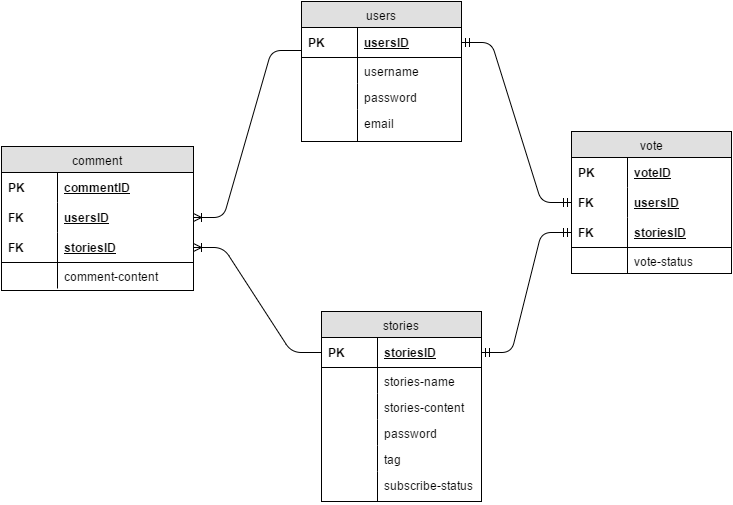
Above: forum_schema.png in blanford-fox-2016/schema-forum (draw.io), before the change. Source tidied: cells renumbered, new cells last; positions are measured from the earlier drawing's top-left corner, leaving out a move shared by most shapes. Its diagram source:
```xml
<mxGraphModel background="#ffffff">
  <root>
    <mxCell id="0" />
    <mxCell id="1" parent="0" />
    <mxCell id="2" value="users" style="swimlane;html=1;fontStyle=0;horizontal=1;startSize=26;fillColor=#e0e0e0;swimlaneFillColor=#ffffff;align=center;" parent="1" vertex="1">
      <mxGeometry x="300" width="160" height="140" as="geometry" />
    </mxCell>
    <mxCell id="3" value="usersID" style="shape=partialRectangle;top=0;left=0;right=0;bottom=1;html=1;align=left;verticalAlign=middle;fillColor=none;spacingLeft=60;spacingRight=4;whiteSpace=wrap;overflow=hidden;points=[[0,0.5],[1,0.5]];portConstraint=eastwest;fontStyle=5;" parent="2" vertex="1">
      <mxGeometry y="26" width="160" height="30" as="geometry" />
    </mxCell>
    <mxCell id="4" value="PK" style="shape=partialRectangle;fontStyle=1;top=0;left=0;bottom=0;html=1;fillColor=none;align=left;verticalAlign=middle;spacingLeft=4;spacingRight=4;whiteSpace=wrap;overflow=hidden;" parent="3" vertex="1">
      <mxGeometry width="56" height="30" as="geometry" />
    </mxCell>
    <mxCell id="5" value="username" style="shape=partialRectangle;top=0;left=0;right=0;bottom=0;html=1;align=left;verticalAlign=top;fillColor=none;spacingLeft=60;spacingRight=4;whiteSpace=wrap;overflow=hidden;" parent="2" vertex="1">
      <mxGeometry y="56" width="160" height="26" as="geometry" />
    </mxCell>
    <mxCell id="6" style="shape=partialRectangle;top=0;left=0;bottom=0;html=1;fillColor=none;align=left;verticalAlign=top;spacingLeft=4;spacingRight=4;whiteSpace=wrap;overflow=hidden;" parent="5" vertex="1">
      <mxGeometry width="56" height="26" as="geometry" />
    </mxCell>
    <mxCell id="7" value="password" style="shape=partialRectangle;top=0;left=0;right=0;bottom=0;html=1;align=left;verticalAlign=top;fillColor=none;spacingLeft=60;spacingRight=4;whiteSpace=wrap;overflow=hidden;" parent="2" vertex="1">
      <mxGeometry y="82" width="160" height="26" as="geometry" />
    </mxCell>
    <mxCell id="8" style="shape=partialRectangle;top=0;left=0;bottom=0;html=1;fillColor=none;align=left;verticalAlign=top;spacingLeft=4;spacingRight=4;whiteSpace=wrap;overflow=hidden;" parent="7" vertex="1">
      <mxGeometry width="56" height="26" as="geometry" />
    </mxCell>
    <mxCell id="9" value="email" style="shape=partialRectangle;top=0;left=0;right=0;bottom=0;html=1;align=left;verticalAlign=top;fillColor=none;spacingLeft=60;spacingRight=4;whiteSpace=wrap;overflow=hidden;" parent="2" vertex="1">
      <mxGeometry y="108" width="160" height="32" as="geometry" />
    </mxCell>
    <mxCell id="10" style="shape=partialRectangle;top=0;left=0;bottom=0;html=1;fillColor=none;align=left;verticalAlign=top;spacingLeft=4;spacingRight=4;whiteSpace=wrap;overflow=hidden;" parent="9" vertex="1">
      <mxGeometry width="56" height="32" as="geometry" />
    </mxCell>
    <mxCell id="11" value="stories" style="swimlane;html=1;fontStyle=0;horizontal=1;startSize=26;fillColor=#e0e0e0;swimlaneFillColor=#ffffff;align=center;" parent="1" vertex="1">
      <mxGeometry x="320" y="310" width="160" height="190" as="geometry" />
    </mxCell>
    <mxCell id="12" value="storiesID" style="shape=partialRectangle;top=0;left=0;right=0;bottom=1;html=1;align=left;verticalAlign=middle;fillColor=none;spacingLeft=60;spacingRight=4;whiteSpace=wrap;overflow=hidden;points=[[0,0.5],[1,0.5]];portConstraint=eastwest;fontStyle=5;" parent="11" vertex="1">
      <mxGeometry y="26" width="160" height="30" as="geometry" />
    </mxCell>
    <mxCell id="13" value="PK" style="shape=partialRectangle;fontStyle=1;top=0;left=0;bottom=0;html=1;fillColor=none;align=left;verticalAlign=middle;spacingLeft=4;spacingRight=4;whiteSpace=wrap;overflow=hidden;" parent="12" vertex="1">
      <mxGeometry width="56" height="30" as="geometry" />
    </mxCell>
    <mxCell id="14" value="stories-name" style="shape=partialRectangle;top=0;left=0;right=0;bottom=0;html=1;align=left;verticalAlign=top;fillColor=none;spacingLeft=60;spacingRight=4;whiteSpace=wrap;overflow=hidden;" parent="11" vertex="1">
      <mxGeometry y="56" width="160" height="26" as="geometry" />
    </mxCell>
    <mxCell id="15" style="shape=partialRectangle;top=0;left=0;bottom=0;html=1;fillColor=none;align=left;verticalAlign=top;spacingLeft=4;spacingRight=4;whiteSpace=wrap;overflow=hidden;" parent="14" vertex="1">
      <mxGeometry width="56" height="26" as="geometry" />
    </mxCell>
    <mxCell id="16" value="stories-content" style="shape=partialRectangle;top=0;left=0;right=0;bottom=0;html=1;align=left;verticalAlign=top;fillColor=none;spacingLeft=60;spacingRight=4;whiteSpace=wrap;overflow=hidden;" parent="11" vertex="1">
      <mxGeometry y="82" width="160" height="26" as="geometry" />
    </mxCell>
    <mxCell id="17" style="shape=partialRectangle;top=0;left=0;bottom=0;html=1;fillColor=none;align=left;verticalAlign=top;spacingLeft=4;spacingRight=4;whiteSpace=wrap;overflow=hidden;" parent="16" vertex="1">
      <mxGeometry width="56" height="26" as="geometry" />
    </mxCell>
    <mxCell id="18" value="password" style="shape=partialRectangle;top=0;left=0;right=0;bottom=0;html=1;align=left;verticalAlign=top;fillColor=none;spacingLeft=60;spacingRight=4;whiteSpace=wrap;overflow=hidden;" parent="11" vertex="1">
      <mxGeometry y="108" width="160" height="26" as="geometry" />
    </mxCell>
    <mxCell id="19" style="shape=partialRectangle;top=0;left=0;bottom=0;html=1;fillColor=none;align=left;verticalAlign=top;spacingLeft=4;spacingRight=4;whiteSpace=wrap;overflow=hidden;" parent="18" vertex="1">
      <mxGeometry width="56" height="26" as="geometry" />
    </mxCell>
    <mxCell id="20" value="tag" style="shape=partialRectangle;top=0;left=0;right=0;bottom=0;html=1;align=left;verticalAlign=top;fillColor=none;spacingLeft=60;spacingRight=4;whiteSpace=wrap;overflow=hidden;" parent="11" vertex="1">
      <mxGeometry y="134" width="160" height="26" as="geometry" />
    </mxCell>
    <mxCell id="21" style="shape=partialRectangle;top=0;left=0;bottom=0;html=1;fillColor=none;align=left;verticalAlign=top;spacingLeft=4;spacingRight=4;whiteSpace=wrap;overflow=hidden;" parent="20" vertex="1">
      <mxGeometry width="56" height="26" as="geometry" />
    </mxCell>
    <mxCell id="22" value="subscribe-status" style="shape=partialRectangle;top=0;left=0;right=0;bottom=0;html=1;align=left;verticalAlign=top;fillColor=none;spacingLeft=60;spacingRight=4;whiteSpace=wrap;overflow=hidden;" parent="11" vertex="1">
      <mxGeometry y="160" width="160" height="30" as="geometry" />
    </mxCell>
    <mxCell id="23" style="shape=partialRectangle;top=0;left=0;bottom=0;html=1;fillColor=none;align=left;verticalAlign=top;spacingLeft=4;spacingRight=4;whiteSpace=wrap;overflow=hidden;" parent="22" vertex="1">
      <mxGeometry width="56" height="30" as="geometry" />
    </mxCell>
    <mxCell id="24" value="vote" style="swimlane;html=1;fontStyle=0;horizontal=1;startSize=26;fillColor=#e0e0e0;swimlaneFillColor=#ffffff;align=center;" parent="1" vertex="1">
      <mxGeometry x="570" y="130" width="160" height="142" as="geometry" />
    </mxCell>
    <mxCell id="25" value="voteID" style="shape=partialRectangle;top=0;left=0;right=0;bottom=0;html=1;align=left;verticalAlign=middle;fillColor=none;spacingLeft=60;spacingRight=4;whiteSpace=wrap;overflow=hidden;points=[[0,0.5],[1,0.5]];portConstraint=eastwest;fontStyle=5;" parent="24" vertex="1">
      <mxGeometry y="26" width="160" height="30" as="geometry" />
    </mxCell>
    <mxCell id="26" value="PK" style="shape=partialRectangle;fontStyle=1;top=0;left=0;bottom=0;html=1;fillColor=none;align=left;verticalAlign=middle;spacingLeft=4;spacingRight=4;whiteSpace=wrap;overflow=hidden;" parent="25" vertex="1">
      <mxGeometry width="56" height="30" as="geometry" />
    </mxCell>
    <mxCell id="27" value="usersID" style="shape=partialRectangle;top=0;left=0;right=0;bottom=0;html=1;align=left;verticalAlign=middle;fillColor=none;spacingLeft=60;spacingRight=4;whiteSpace=wrap;overflow=hidden;points=[[0,0.5],[1,0.5]];portConstraint=eastwest;fontStyle=5;" parent="24" vertex="1">
      <mxGeometry y="56" width="160" height="30" as="geometry" />
    </mxCell>
    <mxCell id="28" value="FK" style="shape=partialRectangle;fontStyle=1;top=0;left=0;bottom=0;html=1;fillColor=none;align=left;verticalAlign=middle;spacingLeft=4;spacingRight=4;whiteSpace=wrap;overflow=hidden;" parent="27" vertex="1">
      <mxGeometry width="56" height="30" as="geometry" />
    </mxCell>
    <mxCell id="29" value="storiesID" style="shape=partialRectangle;top=0;left=0;right=0;bottom=1;html=1;align=left;verticalAlign=middle;fillColor=none;spacingLeft=60;spacingRight=4;whiteSpace=wrap;overflow=hidden;points=[[0,0.5],[1,0.5]];portConstraint=eastwest;fontStyle=5;" parent="24" vertex="1">
      <mxGeometry y="86" width="160" height="30" as="geometry" />
    </mxCell>
    <mxCell id="30" value="FK" style="shape=partialRectangle;fontStyle=1;top=0;left=0;bottom=0;html=1;fillColor=none;align=left;verticalAlign=middle;spacingLeft=4;spacingRight=4;whiteSpace=wrap;overflow=hidden;" parent="29" vertex="1">
      <mxGeometry width="56" height="30" as="geometry" />
    </mxCell>
    <mxCell id="31" value="vote-status" style="shape=partialRectangle;top=0;left=0;right=0;bottom=0;html=1;align=left;verticalAlign=top;fillColor=none;spacingLeft=60;spacingRight=4;whiteSpace=wrap;overflow=hidden;" parent="24" vertex="1">
      <mxGeometry y="116" width="160" height="26" as="geometry" />
    </mxCell>
    <mxCell id="32" style="shape=partialRectangle;top=0;left=0;bottom=0;html=1;fillColor=none;align=left;verticalAlign=top;spacingLeft=4;spacingRight=4;whiteSpace=wrap;overflow=hidden;" parent="31" vertex="1">
      <mxGeometry width="56" height="26" as="geometry" />
    </mxCell>
    <mxCell id="33" style="edgeStyle=entityRelationEdgeStyle;html=1;endArrow=ERmandOne;startArrow=ERmandOne;entryX=0;entryY=0.5;exitX=1;exitY=0.5;" parent="1" edge="1" target="27">
      <mxGeometry relative="1" as="geometry">
        <mxPoint x="460" y="41" as="sourcePoint" />
      </mxGeometry>
    </mxCell>
    <mxCell id="34" style="edgeStyle=entityRelationEdgeStyle;html=1;endArrow=ERmandOne;startArrow=ERmandOne;entryX=0;entryY=0.5;exitX=1;exitY=0.5;" parent="1" edge="1" target="29">
      <mxGeometry relative="1" as="geometry">
        <mxPoint x="480" y="351" as="sourcePoint" />
      </mxGeometry>
    </mxCell>
    <mxCell id="35" value="comment" style="swimlane;html=1;fontStyle=0;horizontal=1;startSize=26;fillColor=#e0e0e0;swimlaneFillColor=#ffffff;align=center;" parent="1" vertex="1">
      <mxGeometry y="145" width="192" height="144" as="geometry" />
    </mxCell>
    <mxCell id="36" value="commentID" style="shape=partialRectangle;top=0;left=0;right=0;bottom=0;html=1;align=left;verticalAlign=middle;fillColor=none;spacingLeft=60;spacingRight=4;whiteSpace=wrap;overflow=hidden;fontStyle=5;" parent="35" vertex="1">
      <mxGeometry y="26" width="192" height="30" as="geometry" />
    </mxCell>
    <mxCell id="37" value="PK" style="shape=partialRectangle;fontStyle=1;top=0;left=0;bottom=0;html=1;fillColor=none;align=left;verticalAlign=middle;spacingLeft=4;spacingRight=4;whiteSpace=wrap;overflow=hidden;" parent="36" vertex="1">
      <mxGeometry width="56" height="30" as="geometry" />
    </mxCell>
    <mxCell id="38" value="usersID" style="shape=partialRectangle;top=0;left=0;right=0;bottom=0;html=1;align=left;verticalAlign=middle;fillColor=none;spacingLeft=60;spacingRight=4;whiteSpace=wrap;overflow=hidden;points=[[0,0.5],[1,0.5]];portConstraint=eastwest;fontStyle=5;" parent="35" vertex="1">
      <mxGeometry y="56" width="192" height="30" as="geometry" />
    </mxCell>
    <mxCell id="39" value="FK" style="shape=partialRectangle;fontStyle=1;top=0;left=0;bottom=0;html=1;fillColor=none;align=left;verticalAlign=middle;spacingLeft=4;spacingRight=4;whiteSpace=wrap;overflow=hidden;" parent="38" vertex="1">
      <mxGeometry width="56" height="30" as="geometry" />
    </mxCell>
    <mxCell id="40" value="storiesID" style="shape=partialRectangle;top=0;left=0;right=0;bottom=1;html=1;align=left;verticalAlign=middle;fillColor=none;spacingLeft=60;spacingRight=4;whiteSpace=wrap;overflow=hidden;points=[[0,0.5],[1,0.5]];portConstraint=eastwest;fontStyle=5;" parent="35" vertex="1">
      <mxGeometry y="86" width="192" height="30" as="geometry" />
    </mxCell>
    <mxCell id="41" value="FK" style="shape=partialRectangle;fontStyle=1;top=0;left=0;bottom=0;html=1;fillColor=none;align=left;verticalAlign=middle;spacingLeft=4;spacingRight=4;whiteSpace=wrap;overflow=hidden;" parent="40" vertex="1">
      <mxGeometry width="56" height="30" as="geometry" />
    </mxCell>
    <mxCell id="42" value="comment-content" style="shape=partialRectangle;top=0;left=0;right=0;bottom=0;html=1;align=left;verticalAlign=top;fillColor=none;spacingLeft=60;spacingRight=4;whiteSpace=wrap;overflow=hidden;" parent="35" vertex="1">
      <mxGeometry y="116" width="192" height="26" as="geometry" />
    </mxCell>
    <mxCell id="43" style="shape=partialRectangle;top=0;left=0;bottom=0;html=1;fillColor=none;align=left;verticalAlign=top;spacingLeft=4;spacingRight=4;whiteSpace=wrap;overflow=hidden;" parent="42" vertex="1">
      <mxGeometry width="56" height="26" as="geometry" />
    </mxCell>
    <mxCell id="44" style="edgeStyle=entityRelationEdgeStyle;html=1;endArrow=none;exitX=1;exitY=0.5;endFill=0;startArrow=ERoneToMany;startFill=0;" parent="1" edge="1" source="38">
      <mxGeometry relative="1" as="geometry">
        <mxPoint x="300" y="49" as="targetPoint" />
      </mxGeometry>
    </mxCell>
    <mxCell id="45" style="edgeStyle=entityRelationEdgeStyle;html=1;endArrow=none;exitX=1;exitY=0.5;endFill=0;startArrow=ERoneToMany;startFill=0;entryX=0;entryY=0.5;" parent="1" edge="1" source="40" target="12">
      <mxGeometry x="272" y="300" as="geometry" />
    </mxCell>
  </root>
</mxGraphModel>
```
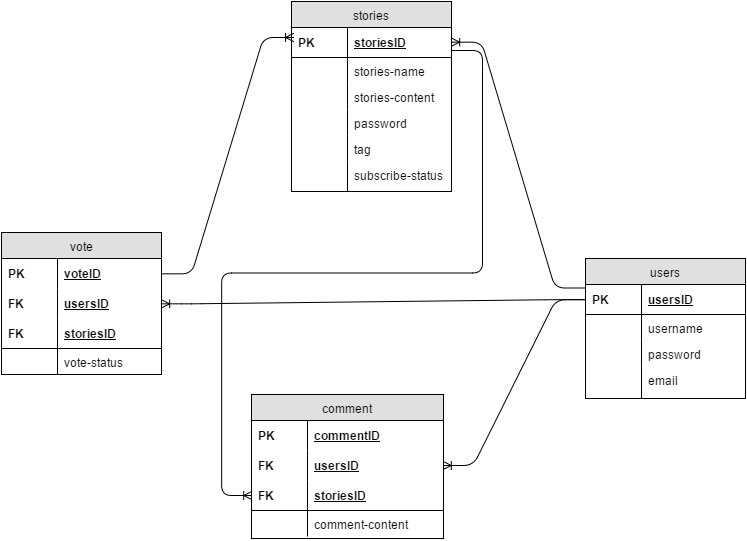
Above is the later version.

What changed in the source:
```diff
@@ -3,7 +3,7 @@
     <mxCell id="0" />
     <mxCell id="1" parent="0" />
     <mxCell id="2" value="users" style="swimlane;html=1;fontStyle=0;horizontal=1;startSize=26;fillColor=#e0e0e0;swimlaneFillColor=#ffffff;align=center;" parent="1" vertex="1">
-      <mxGeometry x="300" width="160" height="140" as="geometry" />
+      <mxGeometry x="560" y="47" width="160" height="140" as="geometry" />
     </mxCell>
     <mxCell id="3" value="usersID" style="shape=partialRectangle;top=0;left=0;right=0;bottom=1;html=1;align=left;verticalAlign=middle;fillColor=none;spacingLeft=60;spacingRight=4;whiteSpace=wrap;overflow=hidden;points=[[0,0.5],[1,0.5]];portConstraint=eastwest;fontStyle=5;" parent="2" vertex="1">
       <mxGeometry y="26" width="160" height="30" as="geometry" />
@@ -30,7 +30,7 @@
       <mxGeometry width="56" height="32" as="geometry" />
     </mxCell>
     <mxCell id="11" value="stories" style="swimlane;html=1;fontStyle=0;horizontal=1;startSize=26;fillColor=#e0e0e0;swimlaneFillColor=#ffffff;align=center;" parent="1" vertex="1">
-      <mxGeometry x="320" y="310" width="160" height="190" as="geometry" />
+      <mxGeometry x="266" y="-210" width="160" height="190" as="geometry" />
     </mxCell>
     <mxCell id="12" value="storiesID" style="shape=partialRectangle;top=0;left=0;right=0;bottom=1;html=1;align=left;verticalAlign=middle;fillColor=none;spacingLeft=60;spacingRight=4;whiteSpace=wrap;overflow=hidden;points=[[0,0.5],[1,0.5]];portConstraint=eastwest;fontStyle=5;" parent="11" vertex="1">
       <mxGeometry y="26" width="160" height="30" as="geometry" />
@@ -69,7 +69,7 @@
       <mxGeometry width="56" height="30" as="geometry" />
     </mxCell>
     <mxCell id="24" value="vote" style="swimlane;html=1;fontStyle=0;horizontal=1;startSize=26;fillColor=#e0e0e0;swimlaneFillColor=#ffffff;align=center;" parent="1" vertex="1">
-      <mxGeometry x="570" y="130" width="160" height="142" as="geometry" />
+      <mxGeometry x="-24" y="21" width="160" height="142" as="geometry" />
     </mxCell>
     <mxCell id="25" value="voteID" style="shape=partialRectangle;top=0;left=0;right=0;bottom=0;html=1;align=left;verticalAlign=middle;fillColor=none;spacingLeft=60;spacingRight=4;whiteSpace=wrap;overflow=hidden;points=[[0,0.5],[1,0.5]];portConstraint=eastwest;fontStyle=5;" parent="24" vertex="1">
       <mxGeometry y="26" width="160" height="30" as="geometry" />
@@ -95,18 +95,8 @@
     <mxCell id="32" style="shape=partialRectangle;top=0;left=0;bottom=0;html=1;fillColor=none;align=left;verticalAlign=top;spacingLeft=4;spacingRight=4;whiteSpace=wrap;overflow=hidden;" parent="31" vertex="1">
       <mxGeometry width="56" height="26" as="geometry" />
     </mxCell>
-    <mxCell id="33" style="edgeStyle=entityRelationEdgeStyle;html=1;endArrow=ERmandOne;startArrow=ERmandOne;entryX=0;entryY=0.5;exitX=1;exitY=0.5;" parent="1" edge="1" target="27">
-      <mxGeometry relative="1" as="geometry">
-        <mxPoint x="460" y="41" as="sourcePoint" />
-      </mxGeometry>
-    </mxCell>
-    <mxCell id="34" style="edgeStyle=entityRelationEdgeStyle;html=1;endArrow=ERmandOne;startArrow=ERmandOne;entryX=0;entryY=0.5;exitX=1;exitY=0.5;" parent="1" edge="1" target="29">
-      <mxGeometry relative="1" as="geometry">
-        <mxPoint x="480" y="351" as="sourcePoint" />
-      </mxGeometry>
-    </mxCell>
     <mxCell id="35" value="comment" style="swimlane;html=1;fontStyle=0;horizontal=1;startSize=26;fillColor=#e0e0e0;swimlaneFillColor=#ffffff;align=center;" parent="1" vertex="1">
-      <mxGeometry y="145" width="192" height="144" as="geometry" />
+      <mxGeometry x="226" y="183" width="192" height="144" as="geometry" />
     </mxCell>
     <mxCell id="36" value="commentID" style="shape=partialRectangle;top=0;left=0;right=0;bottom=0;html=1;align=left;verticalAlign=middle;fillColor=none;spacingLeft=60;spacingRight=4;whiteSpace=wrap;overflow=hidden;fontStyle=5;" parent="35" vertex="1">
       <mxGeometry y="26" width="192" height="30" as="geometry" />
@@ -132,13 +122,22 @@
     <mxCell id="43" style="shape=partialRectangle;top=0;left=0;bottom=0;html=1;fillColor=none;align=left;verticalAlign=top;spacingLeft=4;spacingRight=4;whiteSpace=wrap;overflow=hidden;" parent="42" vertex="1">
       <mxGeometry width="56" height="26" as="geometry" />
     </mxCell>
-    <mxCell id="44" style="edgeStyle=entityRelationEdgeStyle;html=1;endArrow=none;exitX=1;exitY=0.5;endFill=0;startArrow=ERoneToMany;startFill=0;" parent="1" edge="1" source="38">
-      <mxGeometry relative="1" as="geometry">
-        <mxPoint x="300" y="49" as="targetPoint" />
-      </mxGeometry>
+    <mxCell id="44" style="edgeStyle=entityRelationEdgeStyle;html=1;endArrow=none;exitX=1;exitY=0.5;endFill=0;startArrow=ERoneToMany;startFill=0;entryX=0;entryY=0.5;" parent="1" edge="1" source="38" target="3">
+      <mxGeometry relative="1" as="geometry" />
     </mxCell>
-    <mxCell id="45" style="edgeStyle=entityRelationEdgeStyle;html=1;endArrow=none;exitX=1;exitY=0.5;endFill=0;startArrow=ERoneToMany;startFill=0;entryX=0;entryY=0.5;" parent="1" edge="1" source="40" target="12">
-      <mxGeometry x="272" y="300" as="geometry" />
-    </mxCell>
+    <mxCell id="46" style="edgeStyle=entityRelationEdgeStyle;html=1;endArrow=none;exitX=1;exitY=0.5;endFill=0;startArrow=ERoneToMany;startFill=0;entryX=-0.003;entryY=0.122;entryPerimeter=0;" parent="1" edge="1" source="12" target="3">
+      <mxGeometry relative="1" as="geometry" />
+    </mxCell>
+    <mxCell id="47" style="edgeStyle=entityRelationEdgeStyle;html=1;endArrow=none;entryX=0;entryY=0.5;exitX=1;exitY=0.5;endFill=0;startArrow=ERoneToMany;startFill=0;" parent="1" edge="1" source="27" target="3">
+      <mxGeometry relative="1" as="geometry" />
+    </mxCell>
+    <mxCell id="48" style="edgeStyle=entityRelationEdgeStyle;html=1;endArrow=ERoneToMany;exitX=1;exitY=0.5;" parent="1" edge="1" source="25">
+      <mxGeometry x="188.3" y="67" as="geometry">
+        <mxPoint x="268" y="-174" as="targetPoint" />
+      </mxGeometry>
+    </mxCell>
+    <mxCell id="49" style="edgeStyle=entityRelationEdgeStyle;html=1;endArrow=ERoneToMany;entryX=0;entryY=0.5;exitX=1.006;exitY=0.767;exitPerimeter=0;" parent="1" edge="1" source="12" target="40">
+      <mxGeometry x="540.3" y="330" as="geometry" />
+    </mxCell>
   </root>
 </mxGraphModel>
```
